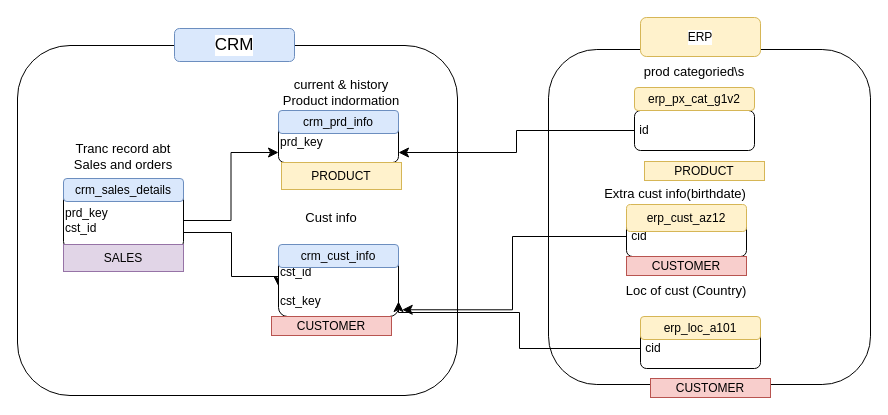
This is integration model.drawio from Rizkyhnkw/data-warehouse, a draw.io file, before an edit. Source tidied: cells renumbered, new cells numbered last; positions are measured from the earlier drawing's top-left corner, leaving out a move shared by most shapes. Both pictures are drawn from the tidied source at 100%, with x=0, y=0 at pixel (17, 17).
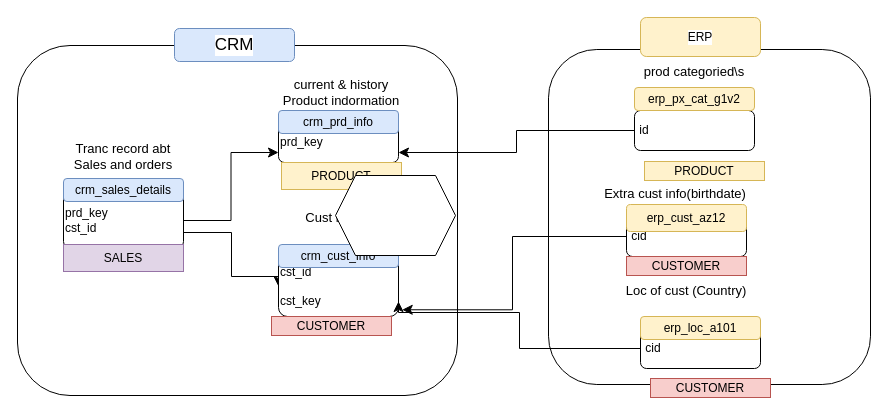
After the change.

Change to the diagram source:
```diff
@@
+    <mxCell id="35" style="shape=hexagon;perimeter=hexagonPerimeter2;whiteSpace=wrap;html=1;fixedSize=1;" parent="1" vertex="1">
+      <mxGeometry x="318" y="158" width="120" height="80" as="geometry" />
+    </mxCell>
```
